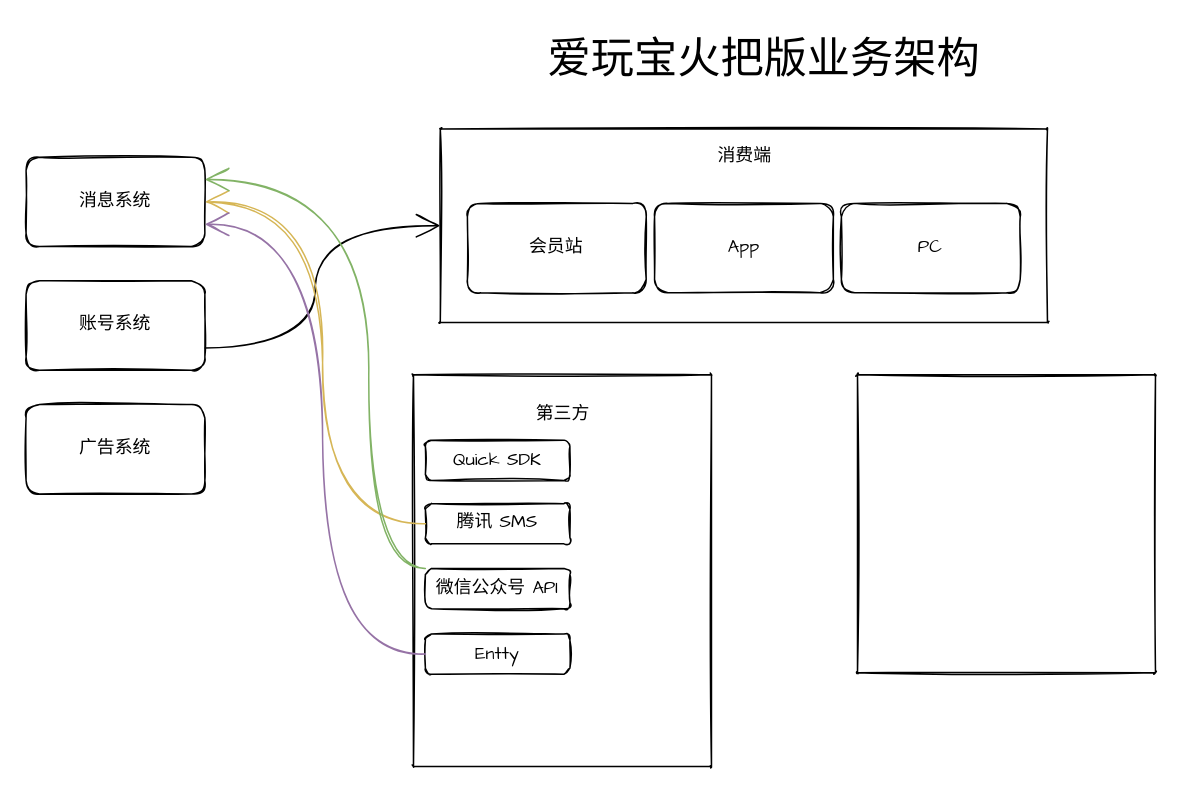
Before: diagrams.net/awb-bs.drawio in karoc/karoc, a draw.io diagram. Source tidied: cells renumbered, new cells numbered last; positions are measured from the earlier drawing's top-left corner, leaving out a move shared by most shapes. Both pictures are drawn from the tidied source at 149%, with x=0, y=0 at pixel (25, 25).
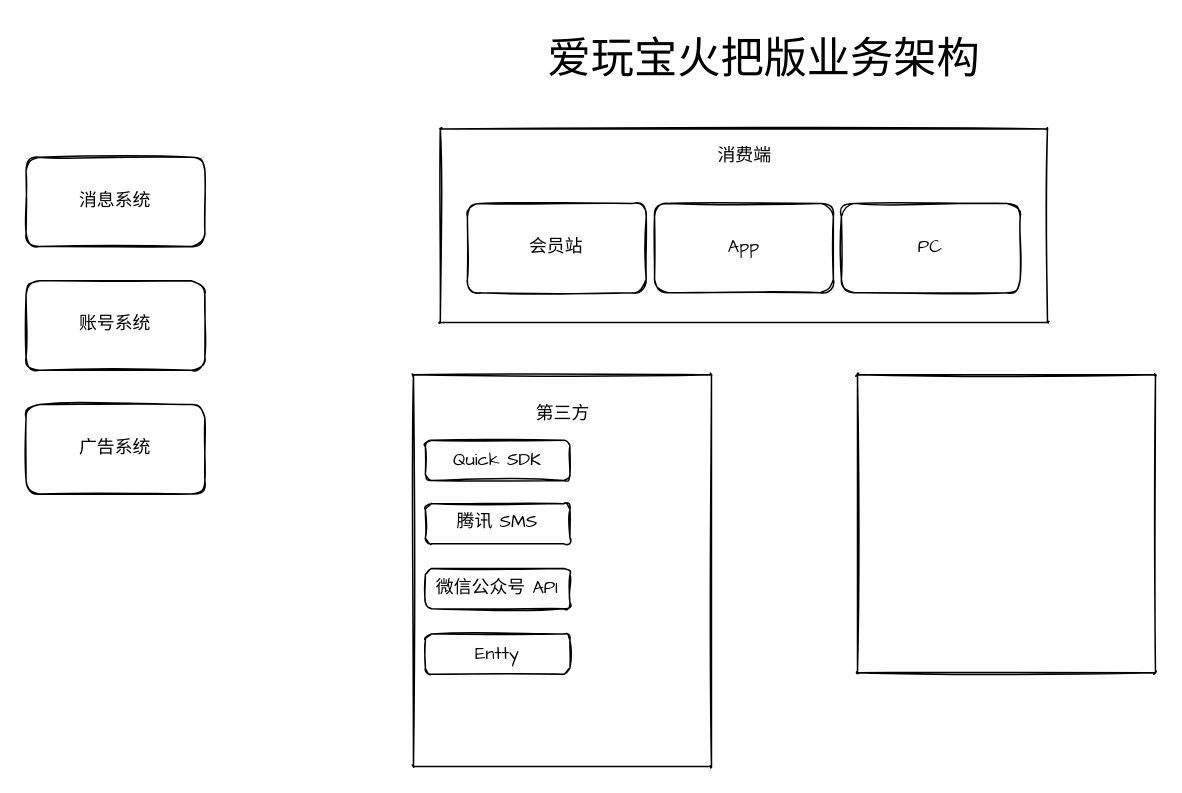
After the change.

The change refers to these unchanged cells:
```xml
<mxCell id="3" style="swimlane;startSize=0;rounded=1;sketch=1;hachureGap=4;fontFamily=Comic Sans MS;fontSize=12;" parent="1" vertex="1">
  <mxGeometry x="278" y="69" width="407.5" height="130" as="geometry" />
</mxCell>
<mxCell id="11" value="腾讯 SMS" style="whiteSpace=wrap;html=1;rounded=1;sketch=1;hachureGap=4;fontFamily=Comic Sans MS;fontSize=12;" parent="8" vertex="1">
  <mxGeometry x="8" y="86.5" width="97" height="27" as="geometry" />
</mxCell>
<mxCell id="12" value="微信公众号 API" style="whiteSpace=wrap;html=1;rounded=1;sketch=1;hachureGap=4;fontFamily=Comic Sans MS;fontSize=12;" parent="8" vertex="1">
  <mxGeometry x="8" y="130" width="97" height="27" as="geometry" />
</mxCell>
<mxCell id="13" value="Entty" style="whiteSpace=wrap;html=1;rounded=1;sketch=1;hachureGap=4;fontFamily=Comic Sans MS;fontSize=12;" parent="8" vertex="1">
  <mxGeometry x="8" y="174" width="97" height="27" as="geometry" />
</mxCell>
<mxCell id="15" value="消息系统" style="whiteSpace=wrap;html=1;rounded=1;sketch=1;hachureGap=4;fontFamily=Comic Sans MS;fontSize=12;" parent="1" vertex="1">
  <mxGeometry y="88" width="120" height="60" as="geometry" />
</mxCell>
<mxCell id="17" value="账号系统" style="whiteSpace=wrap;html=1;rounded=1;sketch=1;hachureGap=4;fontFamily=Comic Sans MS;fontSize=12;" parent="1" vertex="1">
  <mxGeometry y="171" width="120" height="60" as="geometry" />
</mxCell>
```

Diff of the diagram source:
```diff
@@
-    <mxCell id="16" style="edgeStyle=orthogonalEdgeStyle;sketch=1;jettySize=auto;html=1;exitX=1;exitY=0.75;exitDx=0;exitDy=0;entryX=0;entryY=0.5;entryDx=0;entryDy=0;fontFamily=Comic Sans MS;fontSize=12;endArrow=open;startSize=14;endSize=14;sourcePerimeterSpacing=8;targetPerimeterSpacing=8;strokeColor=default;curved=1;" parent="1" edge="1" source="17" target="3">
-      <mxGeometry relative="1" as="geometry" />
-    </mxCell>
@@
-    <mxCell id="19" style="edgeStyle=orthogonalEdgeStyle;curved=1;sketch=1;jettySize=auto;html=1;exitX=0;exitY=0.5;exitDx=0;exitDy=0;entryX=1;entryY=0.5;entryDx=0;entryDy=0;fontFamily=Comic Sans MS;fontSize=12;endArrow=open;startSize=14;endSize=14;sourcePerimeterSpacing=8;targetPerimeterSpacing=8;strokeColor=#d6b656;fillColor=#fff2cc;" parent="1" edge="1" source="11" target="15">
-      <mxGeometry relative="1" as="geometry" />
-    </mxCell>
-    <mxCell id="20" style="edgeStyle=orthogonalEdgeStyle;curved=1;sketch=1;jettySize=auto;html=1;exitX=0;exitY=0.5;exitDx=0;exitDy=0;entryX=1;entryY=0.75;entryDx=0;entryDy=0;fontFamily=Comic Sans MS;fontSize=12;endArrow=open;startSize=14;endSize=14;sourcePerimeterSpacing=8;targetPerimeterSpacing=8;strokeColor=#9673a6;fillColor=#e1d5e7;" parent="1" edge="1" source="13" target="15">
-      <mxGeometry relative="1" as="geometry" />
-    </mxCell>
-    <mxCell id="21" style="edgeStyle=orthogonalEdgeStyle;curved=1;sketch=1;jettySize=auto;html=1;exitX=0;exitY=0;exitDx=0;exitDy=0;entryX=1;entryY=0.25;entryDx=0;entryDy=0;fontFamily=Comic Sans MS;fontSize=12;endArrow=open;startSize=14;endSize=14;sourcePerimeterSpacing=8;targetPerimeterSpacing=8;strokeColor=#82b366;fillColor=#d5e8d4;" parent="1" edge="1" source="12" target="15">
-      <mxGeometry relative="1" as="geometry">
-        <Array as="points">
-          <mxPoint x="230" y="364" />
-          <mxPoint x="230" y="103" />
-        </Array>
-      </mxGeometry>
-    </mxCell>
```
